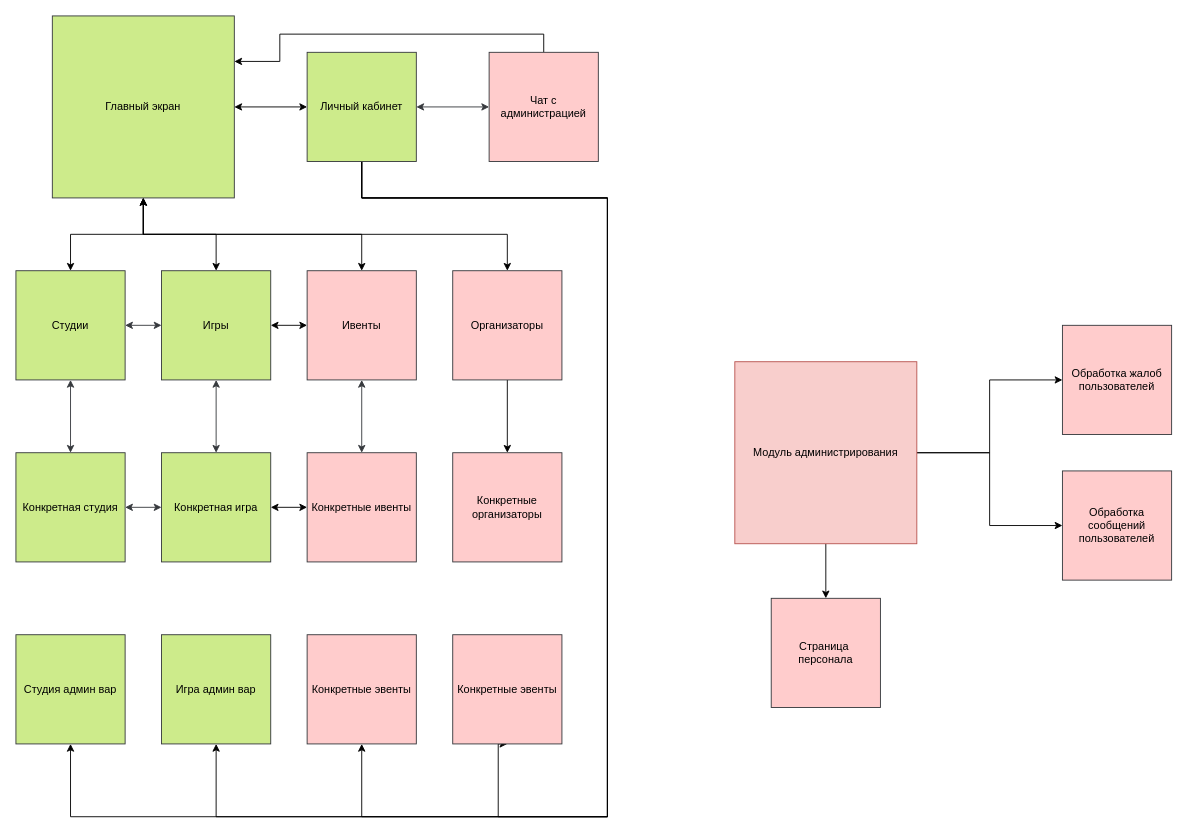
Above: page "SitePageDiagram" (2 of 3) of doc/bullshit.drawio in TrondinDS/SNGGame (draw.io), before the change. Source tidied: cells renumbered, new cells numbered last; positions are measured from the earlier drawing's top-left corner, leaving out a move shared by most shapes. Both pictures are drawn from the tidied source at 91%, with x=0, y=0 at pixel (15, 15).
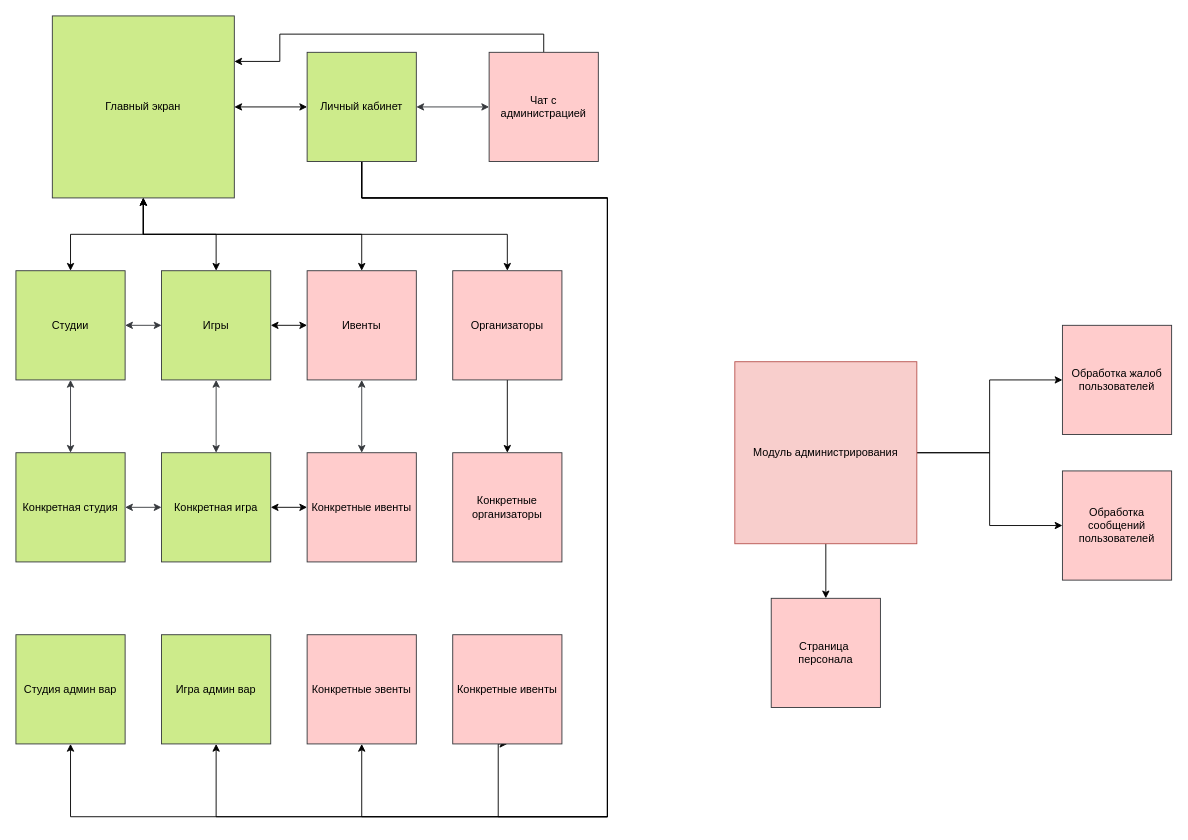
The same page after the edit.

Diff of the diagram source:
```diff
@@
-    <mxCell id="41" value="Конкретные эвенты" style="whiteSpace=wrap;html=1;fillColor=#ffcccc;strokeColor=#36393d;" parent="1" vertex="1">
+    <mxCell id="41" value="Конкретные ивенты" style="whiteSpace=wrap;html=1;fillColor=#ffcccc;strokeColor=#36393d;" parent="1" vertex="1">
       <mxGeometry x="480" y="680" width="120" height="120" as="geometry" />
     </mxCell>
```
